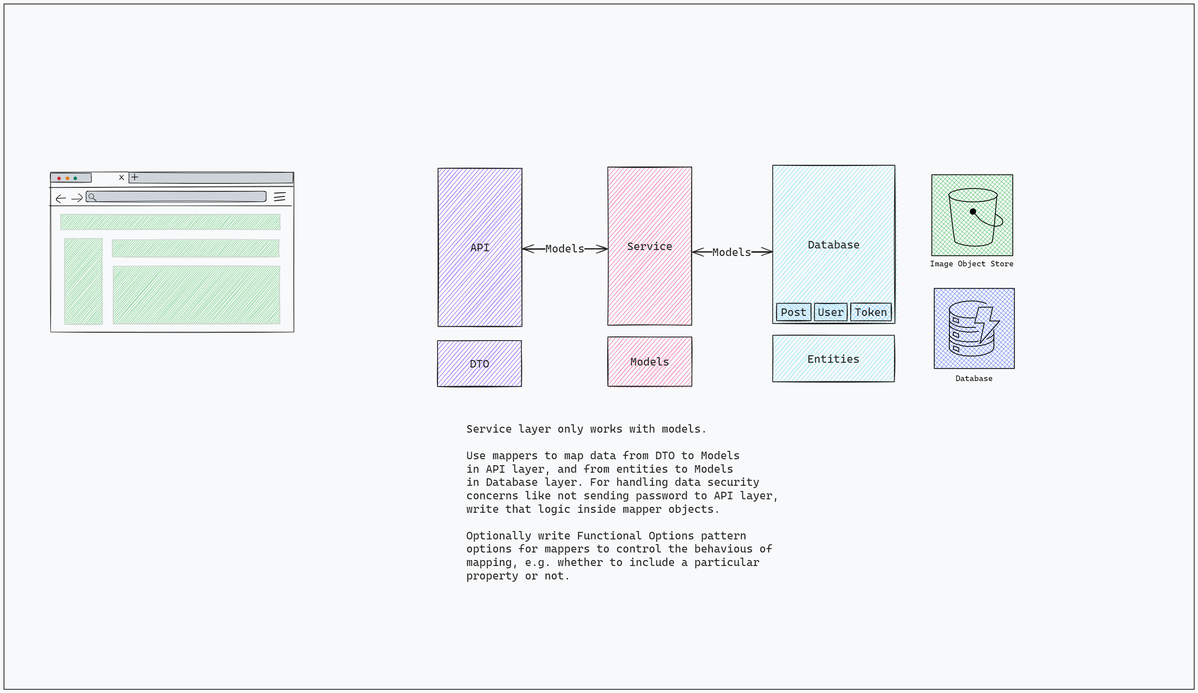
Above: lld.excalidraw.png in AdityaMayukhSom/omnistream-pipeline (Excalidraw), before the change. Source tidied: one line per element, renumbered; positions are measured from the earlier drawing's top-left corner, leaving out a move shared by most shapes.
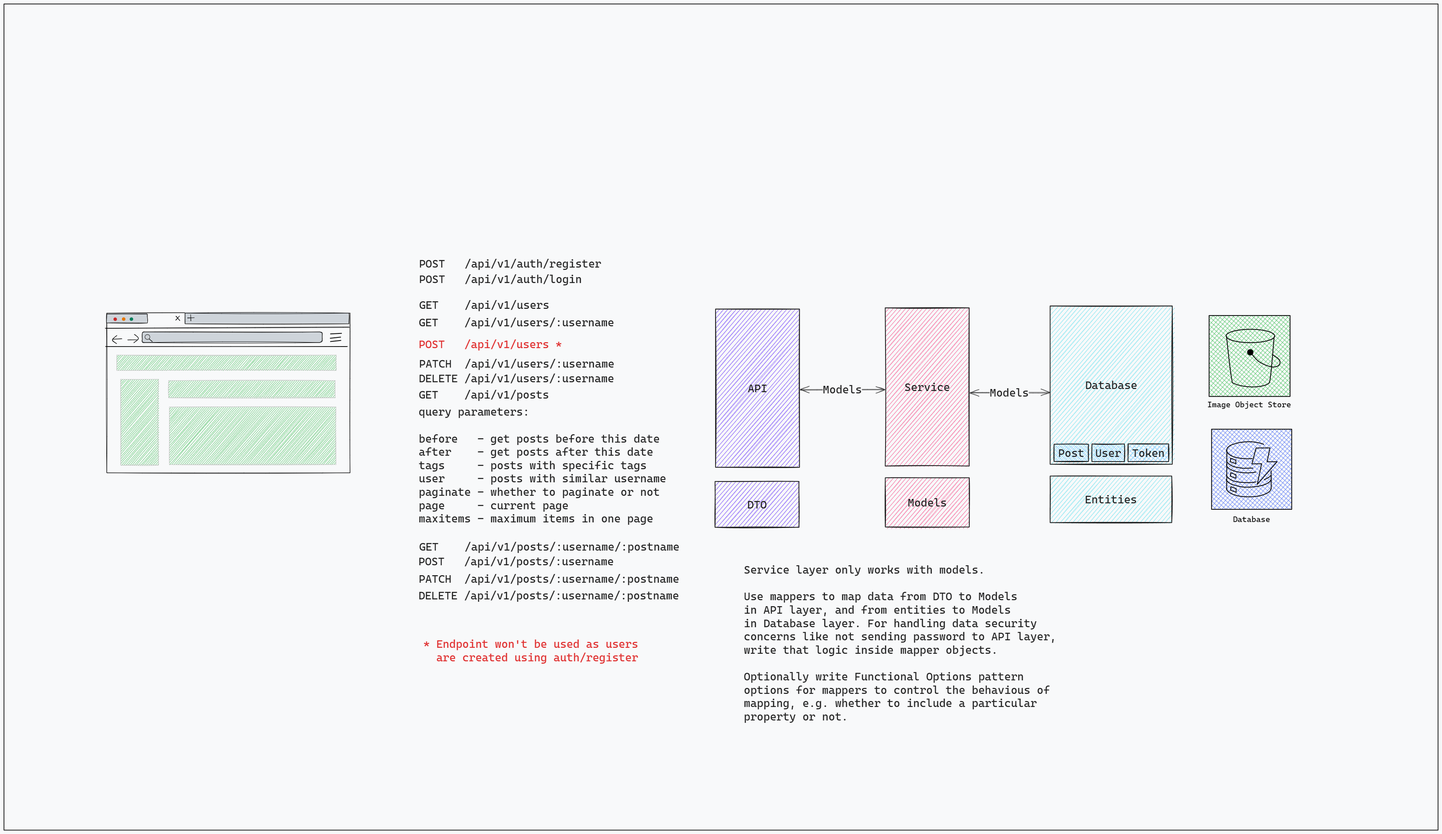
After the change.

Commit message:
added backend api endpoints

Diff of the diagram source:
```diff
@@ -1,29 +1,29 @@
-{"id": 0, "type": "rectangle", "strokeColor": "#000000", "strokeWidth": 1, "roughness": 1, "x": 117, "y": 424, "width": 613, "height": 403}
+{"id": 0, "type": "rectangle", "strokeColor": "#000000", "strokeWidth": 1, "roughness": 1, "x": -441, "y": 424, "width": 613, "height": 403}
-{"id": 1, "type": "rectangle", "strokeColor": "#000000", "backgroundColor": "#ced4da", "fillStyle": "solid", "strokeWidth": 1, "roughness": 1, "x": 117, "y": 426, "width": 103, "height": 23}
+{"id": 1, "type": "rectangle", "strokeColor": "#000000", "backgroundColor": "#ced4da", "fillStyle": "solid", "strokeWidth": 1, "roughness": 1, "x": -441, "y": 426, "width": 103, "height": 23}
-{"id": 2, "type": "rectangle", "strokeColor": "#000000", "backgroundColor": "#ced4da", "fillStyle": "solid", "strokeWidth": 1, "roughness": 1, "x": 315, "y": 424, "width": 413, "height": 27}
+{"id": 2, "type": "rectangle", "strokeColor": "#000000", "backgroundColor": "#ced4da", "fillStyle": "solid", "strokeWidth": 1, "roughness": 1, "x": -244, "y": 424, "width": 413, "height": 27}
-{"id": 3, "type": "line", "strokeColor": "#000000", "strokeWidth": 1, "roughness": 1, "round": true, "x": 114, "y": 462, "width": 614, "height": 3, "points": [[0, 0], [614, -3]]}
+{"id": 3, "type": "line", "strokeColor": "#000000", "strokeWidth": 1, "roughness": 1, "round": true, "x": -444, "y": 462, "width": 614, "height": 3, "points": [[0, 0], [614, -3]]}
-{"id": 4, "type": "freedraw", "strokeColor": "#e67700", "strokeWidth": 2, "roughness": 1, "round": true, "x": 160, "y": 439, "width": 0, "height": 0, "points": [[0, 0], [0, 0]]}
+{"id": 4, "type": "freedraw", "strokeColor": "#e67700", "strokeWidth": 2, "roughness": 1, "round": true, "x": -398, "y": 439, "width": 0, "height": 0, "points": [[0, 0], [0, 0]]}
-{"id": 5, "type": "freedraw", "strokeColor": "#c92a2a", "strokeWidth": 2, "roughness": 1, "round": true, "x": 139, "y": 440, "width": 0, "height": 0, "points": [[0, 0], [0, 0]]}
+{"id": 5, "type": "freedraw", "strokeColor": "#c92a2a", "strokeWidth": 2, "roughness": 1, "round": true, "x": -419, "y": 440, "width": 0, "height": 0, "points": [[0, 0], [0, 0]]}
-{"id": 6, "type": "freedraw", "strokeColor": "#087f5b", "strokeWidth": 2, "roughness": 1, "round": true, "x": 180, "y": 439, "width": 0, "height": 0, "points": [[0, 0], [0, 0]]}
+{"id": 6, "type": "freedraw", "strokeColor": "#087f5b", "strokeWidth": 2, "roughness": 1, "round": true, "x": -379, "y": 439, "width": 0, "height": 0, "points": [[0, 0], [0, 0]]}
-{"id": 7, "type": "line", "strokeColor": "#000000", "backgroundColor": "#efefef", "fillStyle": "hachure", "strokeWidth": 1, "roughness": 1, "round": true, "x": 291, "y": 431, "width": 11, "height": 12, "points": [[0, 0], [11, 12]]}
+{"id": 7, "type": "line", "strokeColor": "#000000", "backgroundColor": "#efefef", "fillStyle": "hachure", "strokeWidth": 1, "roughness": 1, "round": true, "x": -267, "y": 431, "width": 11, "height": 12, "points": [[0, 0], [11, 12]]}
-{"id": 8, "type": "line", "strokeColor": "#000000", "backgroundColor": "#efefef", "fillStyle": "hachure", "strokeWidth": 1, "roughness": 1, "round": true, "x": 301, "y": 431, "width": 10, "height": 11, "points": [[0, 0], [-10, 11]]}
+{"id": 8, "type": "line", "strokeColor": "#000000", "backgroundColor": "#efefef", "fillStyle": "hachure", "strokeWidth": 1, "roughness": 1, "round": true, "x": -257, "y": 431, "width": 10, "height": 11, "points": [[0, 0], [-10, 11]]}
-{"id": 9, "type": "line", "strokeColor": "#000000", "backgroundColor": "#ced4da", "fillStyle": "hachure", "strokeWidth": 1, "roughness": 0, "round": true, "x": 329, "y": 428, "width": 0, "height": 16, "points": [[0, 0], [0, 16]]}
+{"id": 9, "type": "line", "strokeColor": "#000000", "backgroundColor": "#ced4da", "fillStyle": "hachure", "strokeWidth": 1, "roughness": 0, "round": true, "x": -229, "y": 428, "width": 0, "height": 16, "points": [[0, 0], [0, 16]]}
-{"id": 10, "type": "line", "strokeColor": "#000000", "backgroundColor": "#ced4da", "fillStyle": "hachure", "strokeWidth": 1, "roughness": 0, "round": true, "x": 321, "y": 436, "width": 17, "height": 1, "points": [[0, 0], [17, -1]]}
+{"id": 10, "type": "line", "strokeColor": "#000000", "backgroundColor": "#ced4da", "fillStyle": "hachure", "strokeWidth": 1, "roughness": 0, "round": true, "x": -237, "y": 436, "width": 17, "height": 1, "points": [[0, 0], [17, -1]]}
-{"id": 11, "type": "rectangle", "strokeColor": "#000000", "backgroundColor": "#ced4da", "fillStyle": "solid", "strokeWidth": 1, "roughness": 1, "round": true, "x": 207, "y": 472, "width": 454, "height": 27}
+{"id": 11, "type": "rectangle", "strokeColor": "#000000", "backgroundColor": "#ced4da", "fillStyle": "solid", "strokeWidth": 1, "roughness": 1, "round": true, "x": -351, "y": 472, "width": 454, "height": 27}
-{"id": 12, "type": "line", "strokeColor": "#000000", "angle": 1.57, "backgroundColor": "#c8c8c8", "fillStyle": "hachure", "strokeWidth": 1, "roughness": 1, "round": true, "x": 127, "y": 485, "width": 21, "height": 11, "points": [[0, 0], [11, 11], [21, 1]]}
+{"id": 12, "type": "line", "strokeColor": "#000000", "angle": 1.57, "backgroundColor": "#c8c8c8", "fillStyle": "hachure", "strokeWidth": 1, "roughness": 1, "round": true, "x": -431, "y": 485, "width": 21, "height": 11, "points": [[0, 0], [11, 11], [21, 1]]}
-{"id": 13, "type": "line", "strokeColor": "#000000", "angle": 1.58, "backgroundColor": "#c8c8c8", "fillStyle": "hachure", "strokeWidth": 1, "roughness": 1, "round": true, "x": 144, "y": 501, "width": 1, "height": 23, "points": [[0, 0], [-1, -23]]}
+{"id": 13, "type": "line", "strokeColor": "#000000", "angle": 1.58, "backgroundColor": "#c8c8c8", "fillStyle": "hachure", "strokeWidth": 1, "roughness": 1, "round": true, "x": -414, "y": 501, "width": 1, "height": 23, "points": [[0, 0], [-1, -23]]}
-{"id": 14, "type": "line", "strokeColor": "#000000", "angle": 4.71, "backgroundColor": "#c8c8c8", "fillStyle": "hachure", "strokeWidth": 1, "roughness": 1, "round": true, "x": 181, "y": 483, "width": 21, "height": 11, "points": [[0, 0], [11, 11], [21, 1]]}
+{"id": 14, "type": "line", "strokeColor": "#000000", "angle": 4.71, "backgroundColor": "#c8c8c8", "fillStyle": "hachure", "strokeWidth": 1, "roughness": 1, "round": true, "x": -378, "y": 483, "width": 21, "height": 11, "points": [[0, 0], [11, 11], [21, 1]]}
-{"id": 15, "type": "line", "strokeColor": "#000000", "angle": 1.58, "backgroundColor": "#c8c8c8", "fillStyle": "hachure", "strokeWidth": 1, "roughness": 1, "round": true, "x": 182, "y": 503, "width": 1, "height": 23, "points": [[0, 0], [-1, -23]]}
+{"id": 15, "type": "line", "strokeColor": "#000000", "angle": 1.58, "backgroundColor": "#c8c8c8", "fillStyle": "hachure", "strokeWidth": 1, "roughness": 1, "round": true, "x": -376, "y": 503, "width": 1, "height": 23, "points": [[0, 0], [-1, -23]]}
-{"id": 16, "type": "line", "strokeColor": "#000000", "backgroundColor": "#ced4da", "fillStyle": "hachure", "strokeWidth": 2, "roughness": 0, "round": true, "x": 681, "y": 477, "width": 28, "height": 1, "points": [[0, 0], [28, -1]]}
+{"id": 16, "type": "line", "strokeColor": "#000000", "backgroundColor": "#ced4da", "fillStyle": "hachure", "strokeWidth": 2, "roughness": 0, "round": true, "x": 123, "y": 477, "width": 28, "height": 1, "points": [[0, 0], [28, -1]]}
-{"id": 17, "type": "line", "strokeColor": "#000000", "backgroundColor": "#ced4da", "fillStyle": "hachure", "strokeWidth": 2, "roughness": 0, "round": true, "x": 681, "y": 488, "width": 26, "height": 3, "points": [[0, 0], [26, -3]]}
+{"id": 17, "type": "line", "strokeColor": "#000000", "backgroundColor": "#ced4da", "fillStyle": "hachure", "strokeWidth": 2, "roughness": 0, "round": true, "x": 122, "y": 488, "width": 26, "height": 3, "points": [[0, 0], [26, -3]]}
-{"id": 18, "type": "line", "strokeColor": "#000000", "backgroundColor": "#ced4da", "fillStyle": "hachure", "strokeWidth": 2, "roughness": 0, "round": true, "x": 681, "y": 496, "width": 26, "height": 3, "points": [[0, 0], [26, -3]]}
+{"id": 18, "type": "line", "strokeColor": "#000000", "backgroundColor": "#ced4da", "fillStyle": "hachure", "strokeWidth": 2, "roughness": 0, "round": true, "x": 123, "y": 496, "width": 26, "height": 3, "points": [[0, 0], [26, -3]]}
-{"id": 19, "type": "line", "strokeColor": "#000000", "backgroundColor": "#ced4da", "fillStyle": "hachure", "strokeWidth": 1, "roughness": 1, "round": true, "x": 114, "y": 508, "width": 611, "height": 1, "points": [[0, 0], [611, 1]]}
+{"id": 19, "type": "line", "strokeColor": "#000000", "backgroundColor": "#ced4da", "fillStyle": "hachure", "strokeWidth": 1, "roughness": 1, "round": true, "x": -444, "y": 508, "width": 611, "height": 1, "points": [[0, 0], [611, 1]]}
-{"id": 20, "type": "ellipse", "strokeColor": "#000000", "backgroundColor": "#c8c8c8", "fillStyle": "hachure", "strokeWidth": 1, "roughness": 0, "x": 214, "y": 478, "width": 12, "height": 12}
+{"id": 20, "type": "ellipse", "strokeColor": "#000000", "backgroundColor": "#c8c8c8", "fillStyle": "hachure", "strokeWidth": 1, "roughness": 0, "x": -344, "y": 478, "width": 12, "height": 12}
-{"id": 21, "type": "line", "strokeColor": "#000000", "backgroundColor": "#c8c8c8", "fillStyle": "hachure", "strokeWidth": 1, "roughness": 0, "round": true, "x": 225, "y": 490, "width": 8, "height": 6, "points": [[0, 0], [8, 6]]}
+{"id": 21, "type": "line", "strokeColor": "#000000", "backgroundColor": "#c8c8c8", "fillStyle": "hachure", "strokeWidth": 1, "roughness": 0, "round": true, "x": -334, "y": 490, "width": 8, "height": 6, "points": [[0, 0], [8, 6]]}
-{"id": 22, "type": "rectangle", "strokeColor": "#c8c8c8", "backgroundColor": "#40c057", "fillStyle": "hachure", "strokeWidth": 1, "roughness": 1, "x": 143, "y": 530, "width": 553, "height": 39}
+{"id": 22, "type": "rectangle", "strokeColor": "#c8c8c8", "backgroundColor": "#40c057", "fillStyle": "hachure", "strokeWidth": 1, "roughness": 1, "x": -416, "y": 530, "width": 553, "height": 39}
-{"id": 23, "type": "rectangle", "strokeColor": "#c8c8c8", "backgroundColor": "#40c057", "fillStyle": "hachure", "strokeWidth": 1, "roughness": 1, "x": 152, "y": 591, "width": 95, "height": 216}
+{"id": 23, "type": "rectangle", "strokeColor": "#c8c8c8", "backgroundColor": "#40c057", "fillStyle": "hachure", "strokeWidth": 1, "roughness": 1, "x": -406, "y": 591, "width": 95, "height": 216}
-{"id": 24, "type": "rectangle", "strokeColor": "#c8c8c8", "backgroundColor": "#40c057", "fillStyle": "hachure", "strokeWidth": 1, "roughness": 1, "x": 273, "y": 594, "width": 420, "height": 43}
+{"id": 24, "type": "rectangle", "strokeColor": "#c8c8c8", "backgroundColor": "#40c057", "fillStyle": "hachure", "strokeWidth": 1, "roughness": 1, "x": -285, "y": 594, "width": 420, "height": 43}
-{"id": 25, "type": "rectangle", "strokeColor": "#c8c8c8", "backgroundColor": "#40c057", "fillStyle": "hachure", "strokeWidth": 1, "roughness": 1, "x": 275, "y": 661, "width": 420, "height": 145}
+{"id": 25, "type": "rectangle", "strokeColor": "#c8c8c8", "backgroundColor": "#40c057", "fillStyle": "hachure", "strokeWidth": 1, "roughness": 1, "x": -283, "y": 661, "width": 420, "height": 145}
 {"id": 26, "type": "rectangle", "strokeColor": "#000000", "backgroundColor": "#40c05788", "fillStyle": "cross-hatch", "strokeWidth": 2, "roughness": 0, "x": 2337, "y": 430, "width": 204, "height": 204}
 {"id": 27, "type": "ellipse", "strokeColor": "#000000", "strokeWidth": 2, "roughness": 0, "round": true, "x": 2379, "y": 465, "width": 123, "height": 34}
 {"id": 28, "type": "line", "strokeColor": "#000000", "strokeWidth": 2, "roughness": 0, "round": true, "x": 2380, "y": 483, "width": 120, "height": 127, "points": [[0, 0], [12, 101], [21, 119], [64, 127], [102, 120], [111, 100], [120, 0]]}
@@ -43,10 +43,10 @@
 {"id": 42, "type": "line", "strokeColor": "#000000", "strokeWidth": 2, "roughness": 0, "x": 2391, "y": 790, "width": 14, "height": 14, "points": [[0, 0], [13, 5], [13, 14], [0, 9], [0, 0]]}
 {"id": 43, "type": "line", "strokeColor": "#000000", "strokeWidth": 2, "roughness": 0, "x": 2391, "y": 826, "width": 14, "height": 14, "points": [[0, 0], [13, 5], [13, 14], [0, 9], [0, 0]]}
 {"id": 44, "type": "line", "strokeColor": "#000000", "strokeWidth": 2, "roughness": 0, "x": 2391, "y": 861, "width": 14, "height": 14, "points": [[0, 0], [13, 5], [13, 14], [0, 9], [0, 0]]}
-{"id": 45, "type": "arrow", "strokeColor": "#1e1e1e", "backgroundColor": "#a5d8ff", "fillStyle": "cross-hatch", "strokeWidth": 2, "roughness": 1, "startArrowhead": "arrow", "endArrowhead": "arrow", "round": true, "from": 53, "to": 57, "x": 1733, "y": 624, "width": 200, "height": 0, "points": [[0, 0], [200, 0]]}
+{"id": 45, "type": "arrow", "strokeColor": "#1e1e1e", "backgroundColor": "#a5d8ff", "fillStyle": "cross-hatch", "strokeWidth": 1, "roughness": 1, "startArrowhead": "arrow", "endArrowhead": "arrow", "round": true, "from": 53, "to": 57, "x": 1733, "y": 624, "width": 200, "height": 0, "points": [[0, 0], [200, 0]]}
-{"id": 46, "type": "text", "text": "Models", "strokeColor": "#1e1e1e", "backgroundColor": "#a5d8ff", "fillStyle": "cross-hatch", "strokeWidth": 2, "roughness": 1, "fontSize": 28, "fontFamily": 3, "textAlign": "center", "verticalAlign": "middle", "inside": 45, "x": 1773, "y": 548, "width": 98, "height": 34}
+{"id": 46, "type": "text", "text": "Models", "strokeColor": "#1e1e1e", "backgroundColor": "#a5d8ff", "fillStyle": "cross-hatch", "strokeWidth": 2, "roughness": 1, "fontSize": 28, "fontFamily": 3, "textAlign": "center", "verticalAlign": "middle", "inside": 45, "x": 1784, "y": 608, "width": 98, "height": 34}
-{"id": 47, "type": "arrow", "strokeColor": "#1e1e1e", "backgroundColor": "#a5d8ff", "fillStyle": "cross-hatch", "strokeWidth": 2, "roughness": 1, "startArrowhead": "arrow", "endArrowhead": "arrow", "round": true, "from": 53, "to": 49, "x": 1520, "y": 616, "width": 214, "height": 0, "points": [[0, 0], [-214, 0]]}
+{"id": 47, "type": "arrow", "strokeColor": "#1e1e1e", "backgroundColor": "#a5d8ff", "fillStyle": "cross-hatch", "strokeWidth": 1, "roughness": 1, "startArrowhead": "arrow", "endArrowhead": "arrow", "round": true, "from": 53, "to": 49, "x": 1520, "y": 616, "width": 214, "height": 0, "points": [[0, 0], [-214, 0]]}
-{"id": 48, "type": "text", "text": "Models", "strokeColor": "#1e1e1e", "backgroundColor": "#a5d8ff", "fillStyle": "cross-hatch", "strokeWidth": 2, "roughness": 1, "fontSize": 28, "fontFamily": 3, "textAlign": "center", "verticalAlign": "middle", "inside": 47, "x": 1208, "y": 545, "width": 98, "height": 34}
+{"id": 48, "type": "text", "text": "Models", "strokeColor": "#1e1e1e", "backgroundColor": "#a5d8ff", "fillStyle": "cross-hatch", "strokeWidth": 2, "roughness": 1, "fontSize": 28, "fontFamily": 3, "textAlign": "center", "verticalAlign": "middle", "inside": 47, "x": 1363, "y": 599, "width": 98, "height": 34}
 {"id": 49, "type": "rectangle", "strokeColor": "#1e1e1e", "backgroundColor": "#9775fa", "fillStyle": "hachure", "strokeWidth": 2, "roughness": 1, "x": 1093, "y": 414, "width": 212, "height": 399}
 {"id": 50, "type": "text", "text": "API", "strokeColor": "#1e1e1e", "strokeWidth": 1, "roughness": 0, "fontSize": 28, "fontFamily": 3, "textAlign": "center", "verticalAlign": "middle", "inside": 49, "x": 1174, "y": 596, "width": 49, "height": 34}
 {"id": 51, "type": "rectangle", "strokeColor": "#1e1e1e", "backgroundColor": "#9775fa", "fillStyle": "hachure", "strokeWidth": 2, "roughness": 1, "x": 1092, "y": 848, "width": 212, "height": 116}
@@ -64,8 +64,22 @@
 {"id": 63, "type": "rectangle", "strokeColor": "#1e1e1e", "backgroundColor": "#a5d8ff", "fillStyle": "cross-hatch", "strokeWidth": 2, "roughness": 1, "x": 1946, "y": 754, "width": 87, "height": 44}
 {"id": 64, "type": "text", "text": "Post", "strokeColor": "#1e1e1e", "backgroundColor": "#a5d8ff", "fillStyle": "cross-hatch", "strokeWidth": 2, "roughness": 1, "fontSize": 28, "fontFamily": 3, "textAlign": "center", "verticalAlign": "middle", "inside": 63, "x": 1956, "y": 759, "width": 66, "height": 34}
 {"id": 65, "type": "text", "text": "Service layer only works with models.\n\nUse mappers to map data from DTO to Models\nin API layer, and from entities to Models\nin Database layer. For handling data security \nconcerns like not sending password to API layer,\nwrite that logic inside mapper objects.\n\nOptionally write Functional Options pattern \noptions for mappers to control the behavious of \nmapping, e.g. whether to include a particular \nproperty or not.", "strokeColor": "#1e1e1e", "backgroundColor": "#a5d8ff", "fillStyle": "cross-hatch", "strokeWidth": 2, "roughness": 1, "fontSize": 28, "fontFamily": 3, "x": 1164, "y": 1054, "width": 788, "height": 403}
-{"id": 66, "type": "rectangle", "strokeColor": "#1e1e1e", "strokeWidth": 2, "roughness": 0, "x": 0, "y": 0, "width": 2997, "height": 1727}
+{"id": 66, "type": "rectangle", "strokeColor": "#1e1e1e", "strokeWidth": 2, "roughness": 0, "x": -700, "y": -355, "width": 3613, "height": 2081}
 {"id": 67, "type": "text", "text": "Image Object Store", "strokeColor": "#000000", "strokeWidth": 2, "roughness": 0, "fontSize": 20, "fontFamily": 3, "textAlign": "center", "x": 2332, "y": 642, "width": 211, "height": 24}
 {"id": 68, "type": "text", "text": "Database", "strokeColor": "#000000", "strokeWidth": 2, "roughness": 0, "fontSize": 20, "fontFamily": 3, "textAlign": "center", "x": 2396, "y": 931, "width": 94, "height": 24}
 {"id": 69, "type": "rectangle", "strokeColor": "#1e1e1e", "backgroundColor": "#a5d8ff", "fillStyle": "cross-hatch", "strokeWidth": 2, "roughness": 1, "x": 2132, "y": 754, "width": 102, "height": 45}
 {"id": 70, "type": "text", "text": "Token", "strokeColor": "#1e1e1e", "backgroundColor": "#a5d8ff", "fillStyle": "cross-hatch", "strokeWidth": 2, "roughness": 1, "fontSize": 28, "fontFamily": 3, "textAlign": "center", "verticalAlign": "middle", "inside": 69, "x": 2142, "y": 759, "width": 82, "height": 34}
+{"id": 71, "type": "text", "text": "POST   /api/v1/auth/register", "strokeColor": "#1e1e1e", "strokeWidth": 1, "roughness": 1, "fontSize": 28, "fontFamily": 3, "x": 346, "y": 282, "width": 459, "height": 34}
+{"id": 72, "type": "text", "text": "POST   /api/v1/auth/login", "strokeColor": "#1e1e1e", "strokeWidth": 1, "roughness": 1, "fontSize": 28, "fontFamily": 3, "x": 346, "y": 321, "width": 410, "height": 34}
+{"id": 73, "type": "text", "text": "GET    /api/v1/users", "strokeColor": "#1e1e1e", "strokeWidth": 1, "roughness": 0, "fontSize": 28, "fontFamily": 3, "x": 346, "y": 386, "width": 328, "height": 34}
+{"id": 74, "type": "text", "text": "GET    /api/v1/users/:username", "strokeColor": "#1e1e1e", "strokeWidth": 1, "roughness": 0, "fontSize": 28, "fontFamily": 3, "x": 345, "y": 430, "width": 492, "height": 34}
+{"id": 75, "type": "text", "text": "POST   /api/v1/users *", "strokeColor": "#e03131", "strokeWidth": 1, "roughness": 0, "fontSize": 28, "fontFamily": 3, "x": 345, "y": 485, "width": 361, "height": 34}
+{"id": 76, "type": "text", "text": "PATCH  /api/v1/users/:username", "strokeColor": "#1e1e1e", "strokeWidth": 1, "roughness": 0, "fontSize": 28, "fontFamily": 3, "x": 346, "y": 535, "width": 492, "height": 34}
+{"id": 77, "type": "text", "text": "DELETE /api/v1/users/:username", "strokeColor": "#1e1e1e", "strokeWidth": 1, "roughness": 0, "fontSize": 28, "fontFamily": 3, "x": 345, "y": 571, "width": 492, "height": 34}
+{"id": 78, "type": "text", "text": "GET    /api/v1/posts", "strokeColor": "#1e1e1e", "strokeWidth": 1, "roughness": 0, "fontSize": 28, "fontFamily": 3, "x": 345, "y": 613, "width": 328, "height": 34}
+{"id": 79, "type": "text", "text": "query parameters:\n\nbefore   - get posts before this date\nafter    - get posts after this date\ntags     - posts with specific tags\nuser     - posts with similar username\npaginate - whether to paginate or not\npage     - current page\nmaxitems - maximum items in one page", "strokeColor": "#1e1e1e", "strokeWidth": 1, "roughness": 0, "fontSize": 28, "fontFamily": 3, "x": 345, "y": 656, "width": 623, "height": 302}
+{"id": 80, "type": "text", "text": "GET    /api/v1/posts/:username/:postname", "strokeColor": "#1e1e1e", "strokeWidth": 1, "roughness": 0, "fontSize": 28, "fontFamily": 3, "x": 346, "y": 996, "width": 656, "height": 34}
+{"id": 81, "type": "text", "text": "POST   /api/v1/posts/:username", "strokeColor": "#1e1e1e", "strokeWidth": 1, "roughness": 0, "fontSize": 28, "fontFamily": 3, "x": 345, "y": 1033, "width": 492, "height": 34}
+{"id": 82, "type": "text", "text": "PATCH  /api/v1/posts/:username/:postname", "strokeColor": "#1e1e1e", "strokeWidth": 1, "roughness": 0, "fontSize": 28, "fontFamily": 3, "x": 345, "y": 1077, "width": 656, "height": 34}
+{"id": 83, "type": "text", "text": "DELETE /api/v1/posts/:username/:postname", "strokeColor": "#1e1e1e", "strokeWidth": 1, "roughness": 0, "fontSize": 28, "fontFamily": 3, "x": 345, "y": 1118, "width": 656, "height": 34}
+{"id": 84, "type": "text", "text": "* Endpoint won't be used as users\n  are created using auth/register", "strokeColor": "#e03131", "strokeWidth": 1, "roughness": 0, "fontSize": 28, "fontFamily": 3, "x": 357, "y": 1241, "width": 541, "height": 67}
```
